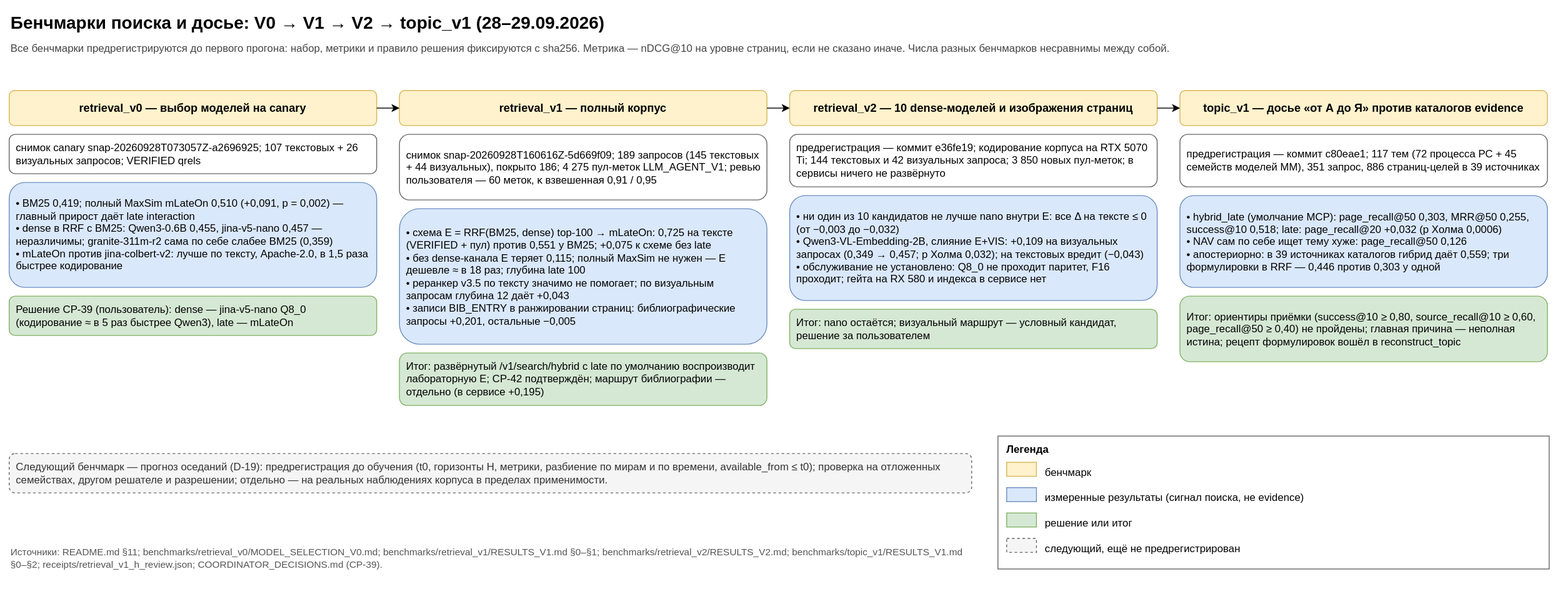
Earlier version of the draw.io export docs/diagrams/benchmarks.svg (SUKUNA-AI/vkm-subsidence-forecasting). Source tidied: cells renumbered, new cells last; positions are measured from the earlier drawing's top-left corner, leaving out a move shared by most shapes. The source it was exported from:
```xml
<mxGraphModel background="#ffffff">
  <root>
    <mxCell id="0" />
    <mxCell id="1" parent="0" />
    <mxCell id="2" value="Бенчмарки поиска и досье: V0 → V1 → V2 → topic_v1 (28–29.09.2026)" style="text;align=left;fontSize=20;fontStyle=1;html=1;verticalAlign=middle;whiteSpace=wrap;" parent="1" vertex="1">
      <mxGeometry width="1760" height="30" as="geometry" />
    </mxCell>
    <mxCell id="3" value="Все бенчмарки предрегистрируются до первого прогона: набор, метрики и правило решения фиксируются с sha256. Метрика — nDCG@10 на уровне страниц, если не сказано иначе. Числа разных бенчмарков несравнимы между собой." style="text;align=left;fontColor=#444444;fontSize=12;html=1;verticalAlign=middle;whiteSpace=wrap;" parent="1" vertex="1">
      <mxGeometry y="32" width="1760" height="25" as="geometry" />
    </mxCell>
    <mxCell id="4" value="retrieval_v0 — выбор моделей на canary" style="fillColor=#fff2cc;fontSize=13;fontStyle=1;html=1;rounded=1;strokeColor=#d6b656;whiteSpace=wrap;" parent="1" vertex="1">
      <mxGeometry y="93" width="420" height="40" as="geometry" />
    </mxCell>
    <mxCell id="5" value="снимок canary snap-20260928T073057Z-a2696925; 107 текстовых + 26 визуальных запросов; VERIFIED qrels" style="align=left;fillColor=#ffffff;fontSize=12;html=1;rounded=1;spacingLeft=6;spacingRight=4;strokeColor=#666666;whiteSpace=wrap;" parent="1" vertex="1">
      <mxGeometry y="143" width="420" height="45" as="geometry" />
    </mxCell>
    <mxCell id="6" value="• BM25 0,419; полный MaxSim mLateOn 0,510 (+0,091, p = 0,002) — главный прирост даёт late interaction&lt;br&gt;• dense в RRF с BM25: Qwen3-0.6B 0,455, jina-v5-nano 0,457 — неразличимы; granite-311m-r2 сама по себе слабее BM25 (0,359)&lt;br&gt;• mLateOn против jina-colbert-v2: лучше по тексту, Apache-2.0, в 1,5 раза быстрее кодирование" style="align=left;fillColor=#dae8fc;fontSize=12;html=1;rounded=1;spacingLeft=6;spacingRight=4;strokeColor=#6c8ebf;whiteSpace=wrap;" parent="1" vertex="1">
      <mxGeometry y="198" width="420" height="120" as="geometry" />
    </mxCell>
    <mxCell id="7" value="Решение CP-39 (пользователь): dense — jina-v5-nano Q8_0 (кодирование ≈ в 5 раз быстрее Qwen3), late — mLateOn" style="align=left;fillColor=#d5e8d4;fontSize=12;html=1;rounded=1;spacingLeft=6;spacingRight=4;strokeColor=#82b366;whiteSpace=wrap;" parent="1" vertex="1">
      <mxGeometry y="328" width="420" height="45" as="geometry" />
    </mxCell>
    <mxCell id="8" value="retrieval_v1 — полный корпус" style="fillColor=#fff2cc;fontSize=13;fontStyle=1;html=1;rounded=1;strokeColor=#d6b656;whiteSpace=wrap;" parent="1" vertex="1">
      <mxGeometry x="446" y="93" width="420" height="40" as="geometry" />
    </mxCell>
    <mxCell id="9" value="снимок snap-20260928T160616Z-5d669f09; 189 запросов (145 текстовых + 44 визуальных), покрыто 186; 4 275 пул-меток LLM_AGENT_V1; ревью пользователя — 60 меток, κ взвешенная 0,91 / 0,95" style="align=left;fillColor=#ffffff;fontSize=12;html=1;rounded=1;spacingLeft=6;spacingRight=4;strokeColor=#666666;whiteSpace=wrap;" parent="1" vertex="1">
      <mxGeometry x="446" y="143" width="420" height="75" as="geometry" />
    </mxCell>
    <mxCell id="10" value="• схема E = RRF(BM25, dense) top-100 → mLateOn: 0,725 на тексте (VERIFIED + пул) против 0,551 у BM25; +0,075 к схеме без late&lt;br&gt;• без dense-канала E теряет 0,115; полный MaxSim не нужен — E дешевле ≈ в 18 раз; глубина late 100&lt;br&gt;• реранкер v3.5 по тексту значимо не помогает; по визуальным запросам глубина 12 даёт +0,043&lt;br&gt;• записи BIB_ENTRY в ранжировании страниц: библиографические запросы +0,201, остальные −0,005" style="align=left;fillColor=#dae8fc;fontSize=12;html=1;rounded=1;spacingLeft=6;spacingRight=4;strokeColor=#6c8ebf;whiteSpace=wrap;" parent="1" vertex="1">
      <mxGeometry x="446" y="228" width="420" height="155" as="geometry" />
    </mxCell>
    <mxCell id="11" value="Итог: развёрнутый /v1/search/hybrid с late по умолчанию воспроизводит лабораторную E; CP-42 подтверждён; маршрут библиографии — отдельно (в сервисе +0,195)" style="align=left;fillColor=#d5e8d4;fontSize=12;html=1;rounded=1;spacingLeft=6;spacingRight=4;strokeColor=#82b366;whiteSpace=wrap;" parent="1" vertex="1">
      <mxGeometry x="446" y="393" width="420" height="60" as="geometry" />
    </mxCell>
    <mxCell id="12" value="retrieval_v2 — 10 dense-моделей и изображения страниц" style="fillColor=#fff2cc;fontSize=13;fontStyle=1;html=1;rounded=1;strokeColor=#d6b656;whiteSpace=wrap;" parent="1" vertex="1">
      <mxGeometry x="892" y="93" width="420" height="40" as="geometry" />
    </mxCell>
    <mxCell id="13" value="предрегистрация — коммит e36fe19; кодирование корпуса на RTX 5070 Ti; 144 текстовых и 42 визуальных запроса; 3 850 новых пул-меток; в сервисы ничего не развёрнуто" style="align=left;fillColor=#ffffff;fontSize=12;html=1;rounded=1;spacingLeft=6;spacingRight=4;strokeColor=#666666;whiteSpace=wrap;" parent="1" vertex="1">
      <mxGeometry x="892" y="143" width="420" height="60" as="geometry" />
    </mxCell>
    <mxCell id="14" value="• ни один из 10 кандидатов не лучше nano внутри E: все Δ на тексте ≤ 0 (от −0,003 до −0,032)&lt;br&gt;• Qwen3-VL-Embedding-2B, слияние E+VIS: +0,109 на визуальных запросах (0,349 → 0,457; p Холма 0,032); на текстовых вредит (−0,043)&lt;br&gt;• обслуживание не установлено: Q8_0 не проходит паритет, F16 проходит; гейта на RX 580 и индекса в сервисе нет" style="align=left;fillColor=#dae8fc;fontSize=12;html=1;rounded=1;spacingLeft=6;spacingRight=4;strokeColor=#6c8ebf;whiteSpace=wrap;" parent="1" vertex="1">
      <mxGeometry x="892" y="213" width="420" height="120" as="geometry" />
    </mxCell>
    <mxCell id="15" value="Итог: nano остаётся; визуальный маршрут — условный кандидат, решение за пользователем" style="align=left;fillColor=#d5e8d4;fontSize=12;html=1;rounded=1;spacingLeft=6;spacingRight=4;strokeColor=#82b366;whiteSpace=wrap;" parent="1" vertex="1">
      <mxGeometry x="892" y="343" width="420" height="45" as="geometry" />
    </mxCell>
    <mxCell id="16" value="topic_v1 — досье «от А до Я» против каталогов evidence" style="fillColor=#fff2cc;fontSize=13;fontStyle=1;html=1;rounded=1;strokeColor=#d6b656;whiteSpace=wrap;" parent="1" vertex="1">
      <mxGeometry x="1338" y="93" width="420" height="40" as="geometry" />
    </mxCell>
    <mxCell id="17" value="предрегистрация — коммит c80eae1; 117 тем (72 процесса PC + 45 семейств моделей MM), 351 запрос, 886 страниц-целей в 39 источниках" style="align=left;fillColor=#ffffff;fontSize=12;html=1;rounded=1;spacingLeft=6;spacingRight=4;strokeColor=#666666;whiteSpace=wrap;" parent="1" vertex="1">
      <mxGeometry x="1338" y="143" width="420" height="60" as="geometry" />
    </mxCell>
    <mxCell id="18" value="• hybrid_late (умолчание MCP): page_recall@50 0,303, MRR@50 0,255, success@10 0,518; late: page_recall@20 +0,032 (p Холма 0,0006)&lt;br&gt;• NAV сам по себе ищет тему хуже: page_recall@50 0,126&lt;br&gt;• апостериорно: в 39 источниках каталогов гибрид даёт 0,559; три формулировки в RRF — 0,446 против 0,303 у одной" style="align=left;fillColor=#dae8fc;fontSize=12;html=1;rounded=1;spacingLeft=6;spacingRight=4;strokeColor=#6c8ebf;whiteSpace=wrap;" parent="1" vertex="1">
      <mxGeometry x="1338" y="213" width="420" height="105" as="geometry" />
    </mxCell>
    <mxCell id="19" value="Итог: ориентиры приёмки (success@10 ≥ 0,80, source_recall@10 ≥ 0,60, page_recall@50 ≥ 0,40) не пройдены; главная причина — неполная истина; рецепт формулировок вошёл в reconstruct_topic" style="align=left;fillColor=#d5e8d4;fontSize=12;html=1;rounded=1;spacingLeft=6;spacingRight=4;strokeColor=#82b366;whiteSpace=wrap;" parent="1" vertex="1">
      <mxGeometry x="1338" y="328" width="420" height="75" as="geometry" />
    </mxCell>
    <mxCell id="20" value="Следующий бенчмарк — прогноз оседаний (D-19): предрегистрация до обучения (t0, горизонты H, метрики, разбиение по мирам и по времени, available_from ≤ t0); проверка на отложенных семействах, другом решателе и разрешении; отдельно — на реальных наблюдениях корпуса в пределах применимости." style="align=left;dashed=1;fillColor=#f5f5f5;fontColor=#333333;fontSize=12;html=1;rounded=1;spacingLeft=6;spacingRight=4;strokeColor=#666666;whiteSpace=wrap;" parent="1" vertex="1">
      <mxGeometry y="508" width="1100" height="45" as="geometry" />
    </mxCell>
    <mxCell id="21" value="Легенда" style="align=left;dashed=0;fillColor=#ffffff;fontSize=12;fontStyle=1;html=1;rounded=0;spacingLeft=8;spacingTop=2;strokeColor=#666666;verticalAlign=top;whiteSpace=wrap;" parent="1" vertex="1">
      <mxGeometry x="1130" y="488" width="630" height="152" as="geometry" />
    </mxCell>
    <mxCell id="22" style="fillColor=#fff2cc;html=1;rounded=0;strokeColor=#d6b656;whiteSpace=wrap;" parent="21" vertex="1">
      <mxGeometry x="10" y="30" width="34" height="16" as="geometry" />
    </mxCell>
    <mxCell id="23" value="бенчмарк" style="text;align=left;fontSize=12;html=1;verticalAlign=top;whiteSpace=wrap;" parent="21" vertex="1">
      <mxGeometry x="52" y="28" width="570" height="25" as="geometry" />
    </mxCell>
    <mxCell id="24" style="fillColor=#dae8fc;html=1;rounded=0;strokeColor=#6c8ebf;whiteSpace=wrap;" parent="21" vertex="1">
      <mxGeometry x="10" y="59" width="34" height="16" as="geometry" />
    </mxCell>
    <mxCell id="25" value="измеренные результаты (сигнал поиска, не evidence)" style="text;align=left;fontSize=12;html=1;verticalAlign=top;whiteSpace=wrap;" parent="21" vertex="1">
      <mxGeometry x="52" y="57" width="570" height="25" as="geometry" />
    </mxCell>
    <mxCell id="26" style="fillColor=#d5e8d4;html=1;rounded=0;strokeColor=#82b366;whiteSpace=wrap;" parent="21" vertex="1">
      <mxGeometry x="10" y="88" width="34" height="16" as="geometry" />
    </mxCell>
    <mxCell id="27" value="решение или итог" style="text;align=left;fontSize=12;html=1;verticalAlign=top;whiteSpace=wrap;" parent="21" vertex="1">
      <mxGeometry x="52" y="86" width="570" height="25" as="geometry" />
    </mxCell>
    <mxCell id="28" style="dashed=1;fillColor=#f5f5f5;fontColor=#333333;html=1;rounded=0;strokeColor=#666666;whiteSpace=wrap;" parent="21" vertex="1">
      <mxGeometry x="10" y="117" width="34" height="16" as="geometry" />
    </mxCell>
    <mxCell id="29" value="следующий, ещё не предрегистрирован" style="text;align=left;fontSize=12;html=1;verticalAlign=top;whiteSpace=wrap;" parent="21" vertex="1">
      <mxGeometry x="52" y="115" width="570" height="25" as="geometry" />
    </mxCell>
    <mxCell id="30" value="Источники: README.md §11; benchmarks/retrieval_v0/MODEL_SELECTION_V0.md; benchmarks/retrieval_v1/RESULTS_V1.md §0–§1; benchmarks/retrieval_v2/RESULTS_V2.md; benchmarks/topic_v1/RESULTS_V1.md §0–§2; receipts/retrieval_v1_h_review.json; COORDINATOR_DECISIONS.md (CP-39)." style="text;align=left;fontColor=#555555;fontSize=11;html=1;verticalAlign=middle;whiteSpace=wrap;" parent="1" vertex="1">
      <mxGeometry y="608" width="1100" height="40" as="geometry" />
    </mxCell>
    <mxCell id="31" style="edgeStyle=orthogonalEdgeStyle;endArrow=classic;entryDx=0;entryDy=0;entryX=0;entryY=0.5;exitDx=0;exitDy=0;exitX=1;exitY=0.5;fontSize=11;html=1;labelBackgroundColor=#ffffff;rounded=1;" parent="1" edge="1" source="4" target="8">
      <mxGeometry relative="1" as="geometry" />
    </mxCell>
    <mxCell id="32" style="edgeStyle=orthogonalEdgeStyle;endArrow=classic;entryDx=0;entryDy=0;entryX=0;entryY=0.5;exitDx=0;exitDy=0;exitX=1;exitY=0.5;fontSize=11;html=1;labelBackgroundColor=#ffffff;rounded=1;" parent="1" edge="1" source="8" target="12">
      <mxGeometry relative="1" as="geometry" />
    </mxCell>
    <mxCell id="33" style="edgeStyle=orthogonalEdgeStyle;endArrow=classic;entryDx=0;entryDy=0;entryX=0;entryY=0.5;exitDx=0;exitDy=0;exitX=1;exitY=0.5;fontSize=11;html=1;labelBackgroundColor=#ffffff;rounded=1;" parent="1" edge="1" source="12" target="16">
      <mxGeometry relative="1" as="geometry" />
    </mxCell>
  </root>
</mxGraphModel>
```
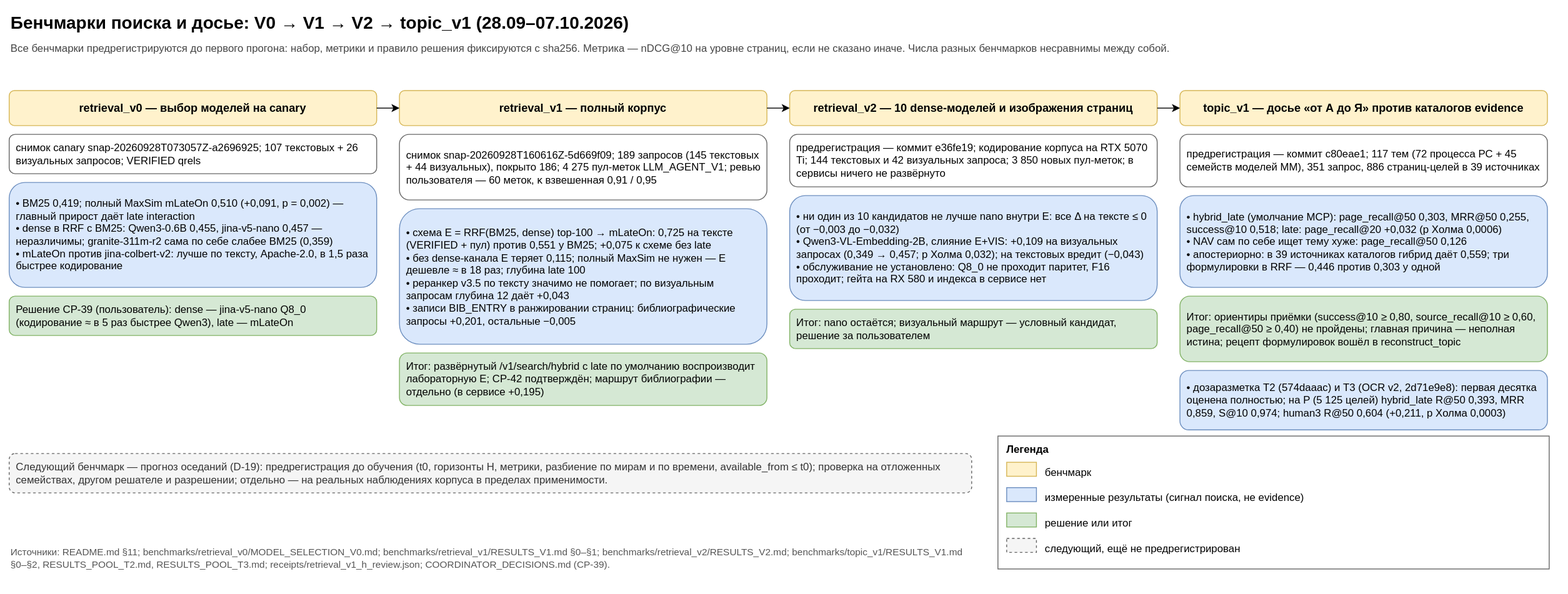
The same diagram one commit later.

Commit message:
docs(diagrams): схема бенчмарков — итоги дозаразметки T2 и T3

Change to the diagram source:
```diff
@@ -2,7 +2,7 @@
   <root>
     <mxCell id="0" />
     <mxCell id="1" parent="0" />
-    <mxCell id="2" value="Бенчмарки поиска и досье: V0 → V1 → V2 → topic_v1 (28–29.09.2026)" style="text;align=left;fontSize=20;fontStyle=1;html=1;verticalAlign=middle;whiteSpace=wrap;" parent="1" vertex="1">
+    <mxCell id="2" value="Бенчмарки поиска и досье: V0 → V1 → V2 → topic_v1 (28.09–07.10.2026)" style="text;align=left;fontSize=20;fontStyle=1;html=1;verticalAlign=middle;whiteSpace=wrap;" parent="1" vertex="1">
       <mxGeometry width="1760" height="30" as="geometry" />
     </mxCell>
     <mxCell id="3" value="Все бенчмарки предрегистрируются до первого прогона: набор, метрики и правило решения фиксируются с sha256. Метрика — nDCG@10 на уровне страниц, если не сказано иначе. Числа разных бенчмарков несравнимы между собой." style="text;align=left;fontColor=#444444;fontSize=12;html=1;verticalAlign=middle;whiteSpace=wrap;" parent="1" vertex="1">
@@ -56,6 +56,9 @@
     <mxCell id="19" value="Итог: ориентиры приёмки (success@10 ≥ 0,80, source_recall@10 ≥ 0,60, page_recall@50 ≥ 0,40) не пройдены; главная причина — неполная истина; рецепт формулировок вошёл в reconstruct_topic" style="align=left;fillColor=#d5e8d4;fontSize=12;html=1;rounded=1;spacingLeft=6;spacingRight=4;strokeColor=#82b366;whiteSpace=wrap;" parent="1" vertex="1">
       <mxGeometry x="1338" y="328" width="420" height="75" as="geometry" />
     </mxCell>
+    <mxCell id="34" value="• дозаразметка T2 (574daaac) и T3 (OCR v2, 2d71e9e8): первая десятка оценена полностью; на P (5 125 целей) hybrid_late R@50 0,393, MRR 0,859, S@10 0,974; human3 R@50 0,604 (+0,211, p Холма 0,0003)" style="align=left;fillColor=#dae8fc;fontSize=12;html=1;rounded=1;spacingLeft=6;spacingRight=4;strokeColor=#6c8ebf;whiteSpace=wrap;" parent="1" vertex="1">
+      <mxGeometry x="1338" y="413" width="420" height="68" as="geometry" />
+    </mxCell>
     <mxCell id="20" value="Следующий бенчмарк — прогноз оседаний (D-19): предрегистрация до обучения (t0, горизонты H, метрики, разбиение по мирам и по времени, available_from ≤ t0); проверка на отложенных семействах, другом решателе и разрешении; отдельно — на реальных наблюдениях корпуса в пределах применимости." style="align=left;dashed=1;fillColor=#f5f5f5;fontColor=#333333;fontSize=12;html=1;rounded=1;spacingLeft=6;spacingRight=4;strokeColor=#666666;whiteSpace=wrap;" parent="1" vertex="1">
       <mxGeometry y="508" width="1100" height="45" as="geometry" />
     </mxCell>
@@ -86,7 +89,7 @@
     <mxCell id="29" value="следующий, ещё не предрегистрирован" style="text;align=left;fontSize=12;html=1;verticalAlign=top;whiteSpace=wrap;" parent="21" vertex="1">
       <mxGeometry x="52" y="115" width="570" height="25" as="geometry" />
     </mxCell>
-    <mxCell id="30" value="Источники: README.md §11; benchmarks/retrieval_v0/MODEL_SELECTION_V0.md; benchmarks/retrieval_v1/RESULTS_V1.md §0–§1; benchmarks/retrieval_v2/RESULTS_V2.md; benchmarks/topic_v1/RESULTS_V1.md §0–§2; receipts/retrieval_v1_h_review.json; COORDINATOR_DECISIONS.md (CP-39)." style="text;align=left;fontColor=#555555;fontSize=11;html=1;verticalAlign=middle;whiteSpace=wrap;" parent="1" vertex="1">
+    <mxCell id="30" value="Источники: README.md §11; benchmarks/retrieval_v0/MODEL_SELECTION_V0.md; benchmarks/retrieval_v1/RESULTS_V1.md §0–§1; benchmarks/retrieval_v2/RESULTS_V2.md; benchmarks/topic_v1/RESULTS_V1.md §0–§2, RESULTS_POOL_T2.md, RESULTS_POOL_T3.md; receipts/retrieval_v1_h_review.json; COORDINATOR_DECISIONS.md (CP-39)." style="text;align=left;fontColor=#555555;fontSize=11;html=1;verticalAlign=middle;whiteSpace=wrap;" parent="1" vertex="1">
       <mxGeometry y="608" width="1100" height="40" as="geometry" />
     </mxCell>
     <mxCell id="31" style="edgeStyle=orthogonalEdgeStyle;endArrow=classic;entryDx=0;entryDy=0;entryX=0;entryY=0.5;exitDx=0;exitDy=0;exitX=1;exitY=0.5;fontSize=11;html=1;labelBackgroundColor=#ffffff;rounded=1;" parent="1" edge="1" source="4" target="8">
```
